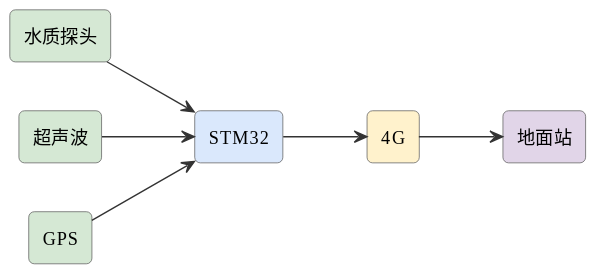
The PlantUML diagram assets/diagrams/ideas-fig82.svg in mingyi0818/IntelligentMcuCourse, before a commit.
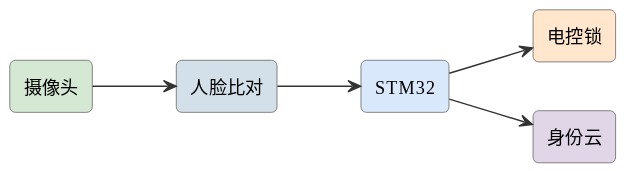
After the change.

Change to the diagram source:
```diff
@@ -6,15 +6,13 @@
 skinparam arrowFontSize 11
 skinparam arrowColor #333
 left to right direction
-rectangle "水质探头" as probe #d5e8d4
+rectangle "摄像头" as cam #d5e8d4
+rectangle "人脸比对" as face #d3e0ea
 rectangle "STM32" as stm #dae8fc
-rectangle "超声波" as ult #d5e8d4
-rectangle "GPS" as gps #d5e8d4
-rectangle "4G" as g #fff2cc
-rectangle "地面站" as gs #e1d5e8
-probe --> stm
-ult --> stm
-gps --> stm
-stm --> g
-g --> gs
+rectangle "电控锁" as lock #ffe6cc
+rectangle "身份云" as cloud #e1d5e8
+cam --> face
+face --> stm
+stm --> lock
+stm --> cloud
 @enduml
```
